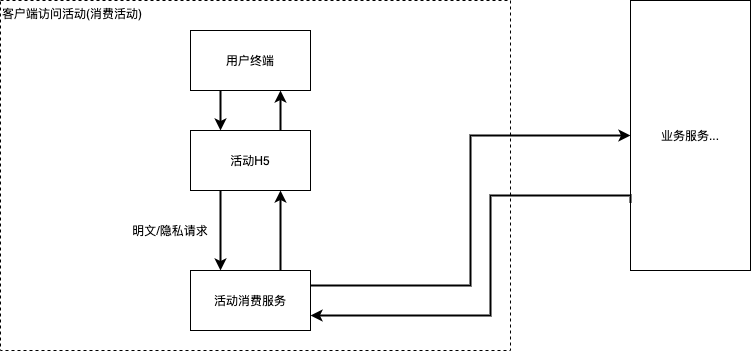
Earlier version of the draw.io export content/2021-06-12-活动组件化/overall.png (santiagochen/santiagochen.github.io). Source tidied: cells renumbered, new cells last; positions are measured from the earlier drawing's top-left corner, leaving out a move shared by most shapes. The source it was exported from:
```xml
<mxGraphModel>
  <root>
    <mxCell id="0" />
    <mxCell id="1" parent="0" />
    <mxCell id="2" value="客户端访问活动(消费活动)" style="rounded=0;whiteSpace=wrap;html=1;align=left;verticalAlign=top;fillColor=none;dashed=1;" parent="1" vertex="1">
      <mxGeometry width="510" height="350" as="geometry" />
    </mxCell>
    <mxCell id="3" style="edgeStyle=orthogonalEdgeStyle;rounded=0;jettySize=auto;html=1;strokeColor=#000000;strokeWidth=2;exitX=0.25;exitY=1;exitDx=0;exitDy=0;entryX=0.25;entryY=0;entryDx=0;entryDy=0;" parent="1" edge="1" source="4" target="7">
      <mxGeometry relative="1" as="geometry" />
    </mxCell>
    <mxCell id="4" value="用户终端" style="rounded=0;whiteSpace=wrap;html=1;fillColor=none;verticalAlign=middle;" parent="1" vertex="1">
      <mxGeometry x="190" y="30" width="120" height="60" as="geometry" />
    </mxCell>
    <mxCell id="5" style="edgeStyle=orthogonalEdgeStyle;rounded=0;jettySize=auto;html=1;strokeColor=#000000;strokeWidth=2;entryX=0.25;entryY=0;entryDx=0;entryDy=0;exitX=0.25;exitY=1;exitDx=0;exitDy=0;" parent="1" edge="1" source="7" target="10">
      <mxGeometry relative="1" as="geometry" />
    </mxCell>
    <mxCell id="6" style="edgeStyle=orthogonalEdgeStyle;rounded=0;jettySize=auto;html=1;exitX=0.75;exitY=0;exitDx=0;exitDy=0;entryX=0.75;entryY=1;entryDx=0;entryDy=0;strokeColor=#000000;strokeWidth=2;" parent="1" edge="1" source="7" target="4">
      <mxGeometry relative="1" as="geometry" />
    </mxCell>
    <mxCell id="7" value="活动H5" style="rounded=0;whiteSpace=wrap;html=1;fillColor=none;verticalAlign=middle;" parent="1" vertex="1">
      <mxGeometry x="190" y="130" width="120" height="60" as="geometry" />
    </mxCell>
    <mxCell id="8" style="edgeStyle=orthogonalEdgeStyle;rounded=0;jettySize=auto;html=1;exitX=1;exitY=0.25;exitDx=0;exitDy=0;entryX=0;entryY=0.5;entryDx=0;entryDy=0;strokeColor=#000000;strokeWidth=2;" parent="1" edge="1" source="10" target="12">
      <mxGeometry relative="1" as="geometry" />
    </mxCell>
    <mxCell id="9" style="edgeStyle=orthogonalEdgeStyle;rounded=0;jettySize=auto;html=1;exitX=0.75;exitY=0;exitDx=0;exitDy=0;entryX=0.75;entryY=1;entryDx=0;entryDy=0;strokeColor=#000000;strokeWidth=2;" parent="1" edge="1" source="10" target="7">
      <mxGeometry relative="1" as="geometry" />
    </mxCell>
    <mxCell id="10" value="活动消费服务" style="rounded=0;whiteSpace=wrap;html=1;fillColor=none;verticalAlign=middle;" parent="1" vertex="1">
      <mxGeometry x="190" y="270" width="120" height="60" as="geometry" />
    </mxCell>
    <mxCell id="11" style="edgeStyle=orthogonalEdgeStyle;rounded=0;jettySize=auto;html=1;exitX=0;exitY=0.75;exitDx=0;exitDy=0;entryX=1;entryY=0.75;entryDx=0;entryDy=0;strokeColor=#000000;strokeWidth=2;" parent="1" edge="1" source="12" target="10">
      <mxGeometry relative="1" as="geometry">
        <Array as="points">
          <mxPoint x="490" y="195" />
          <mxPoint x="490" y="315" />
        </Array>
      </mxGeometry>
    </mxCell>
    <mxCell id="12" value="业务服务..." style="rounded=0;whiteSpace=wrap;html=1;fillColor=none;verticalAlign=middle;" parent="1" vertex="1">
      <mxGeometry x="630" width="120" height="270" as="geometry" />
    </mxCell>
    <mxCell id="13" value="明文/隐私请求" style="text;html=1;strokeColor=none;fillColor=none;align=center;verticalAlign=middle;whiteSpace=wrap;rounded=0;dashed=1;" parent="1" vertex="1">
      <mxGeometry x="130" y="220" width="80" height="20" as="geometry" />
    </mxCell>
  </root>
</mxGraphModel>
```
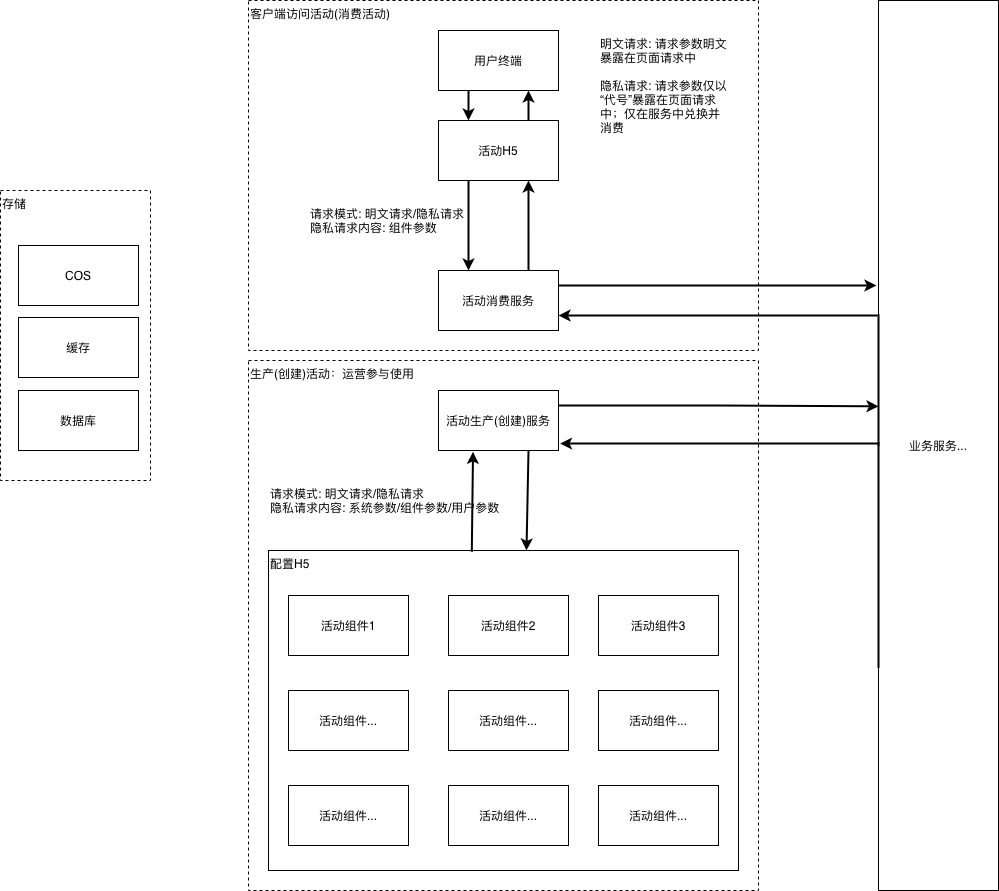
Later version of the same file.

Change to the diagram source:
```diff
@@ -2,6 +2,12 @@
   <root>
     <mxCell id="0" />
     <mxCell id="1" parent="0" />
+    <mxCell id="14" value="生产(创建)活动：运营参与使用" style="rounded=0;whiteSpace=wrap;html=1;align=left;verticalAlign=top;fillColor=none;dashed=1;" parent="1" vertex="1">
+      <mxGeometry y="360" width="510" height="530" as="geometry" />
+    </mxCell>
+    <mxCell id="15" value="配置H5" style="rounded=0;whiteSpace=wrap;html=1;fillColor=none;verticalAlign=top;align=left;" parent="1" vertex="1">
+      <mxGeometry x="20" y="550" width="470" height="320" as="geometry" />
+    </mxCell>
     <mxCell id="2" value="客户端访问活动(消费活动)" style="rounded=0;whiteSpace=wrap;html=1;align=left;verticalAlign=top;fillColor=none;dashed=1;" parent="1" vertex="1">
       <mxGeometry width="510" height="350" as="geometry" />
     </mxCell>
@@ -18,10 +24,12 @@
       <mxGeometry relative="1" as="geometry" />
     </mxCell>
     <mxCell id="7" value="活动H5" style="rounded=0;whiteSpace=wrap;html=1;fillColor=none;verticalAlign=middle;" parent="1" vertex="1">
-      <mxGeometry x="190" y="130" width="120" height="60" as="geometry" />
+      <mxGeometry x="190" y="120" width="120" height="60" as="geometry" />
     </mxCell>
-    <mxCell id="8" style="edgeStyle=orthogonalEdgeStyle;rounded=0;jettySize=auto;html=1;exitX=1;exitY=0.25;exitDx=0;exitDy=0;entryX=0;entryY=0.5;entryDx=0;entryDy=0;strokeColor=#000000;strokeWidth=2;" parent="1" edge="1" source="10" target="12">
-      <mxGeometry relative="1" as="geometry" />
+    <mxCell id="8" style="edgeStyle=orthogonalEdgeStyle;rounded=0;jettySize=auto;html=1;exitX=1;exitY=0.25;exitDx=0;exitDy=0;strokeColor=#000000;strokeWidth=2;" parent="1" edge="1" source="10">
+      <mxGeometry relative="1" as="geometry">
+        <mxPoint x="628" y="285" as="targetPoint" />
+      </mxGeometry>
     </mxCell>
     <mxCell id="9" style="edgeStyle=orthogonalEdgeStyle;rounded=0;jettySize=auto;html=1;exitX=0.75;exitY=0;exitDx=0;exitDy=0;entryX=0.75;entryY=1;entryDx=0;entryDy=0;strokeColor=#000000;strokeWidth=2;" parent="1" edge="1" source="10" target="7">
       <mxGeometry relative="1" as="geometry" />
@@ -32,16 +40,84 @@
     <mxCell id="11" style="edgeStyle=orthogonalEdgeStyle;rounded=0;jettySize=auto;html=1;exitX=0;exitY=0.75;exitDx=0;exitDy=0;entryX=1;entryY=0.75;entryDx=0;entryDy=0;strokeColor=#000000;strokeWidth=2;" parent="1" edge="1" source="12" target="10">
       <mxGeometry relative="1" as="geometry">
         <Array as="points">
-          <mxPoint x="490" y="195" />
-          <mxPoint x="490" y="315" />
+          <mxPoint x="630" y="315" />
         </Array>
       </mxGeometry>
     </mxCell>
+    <mxCell id="16" style="edgeStyle=orthogonalEdgeStyle;rounded=0;jettySize=auto;html=1;exitX=0;exitY=0.5;exitDx=0;exitDy=0;entryX=1.013;entryY=0.884;entryDx=0;entryDy=0;entryPerimeter=0;strokeColor=#000000;strokeWidth=2;" parent="1" edge="1" source="12" target="22">
+      <mxGeometry relative="1" as="geometry">
+        <Array as="points">
+          <mxPoint x="630" y="443" />
+        </Array>
+      </mxGeometry>
+    </mxCell>
     <mxCell id="12" value="业务服务..." style="rounded=0;whiteSpace=wrap;html=1;fillColor=none;verticalAlign=middle;" parent="1" vertex="1">
-      <mxGeometry x="630" width="120" height="270" as="geometry" />
+      <mxGeometry x="630" width="120" height="890" as="geometry" />
     </mxCell>
-    <mxCell id="13" value="明文/隐私请求" style="text;html=1;strokeColor=none;fillColor=none;align=center;verticalAlign=middle;whiteSpace=wrap;rounded=0;dashed=1;" parent="1" vertex="1">
-      <mxGeometry x="130" y="220" width="80" height="20" as="geometry" />
+    <mxCell id="13" value="明文请求: 请求参数明文暴露在页面请求中&lt;br&gt;&lt;br&gt;隐私请求: 请求参数仅以“代号”暴露在页面请求中；仅在服务中兑换并消费" style="text;html=1;strokeColor=none;fillColor=none;align=left;verticalAlign=top;whiteSpace=wrap;rounded=0;dashed=1;" parent="1" vertex="1">
+      <mxGeometry x="350" y="30" width="130" height="125" as="geometry" />
     </mxCell>
+    <mxCell id="17" value="缓存" style="rounded=0;whiteSpace=wrap;html=1;fillColor=none;verticalAlign=middle;" parent="1" vertex="1">
+      <mxGeometry x="-230" y="317" width="120" height="60" as="geometry" />
+    </mxCell>
+    <mxCell id="18" value="数据库" style="rounded=0;whiteSpace=wrap;html=1;fillColor=none;verticalAlign=middle;" parent="1" vertex="1">
+      <mxGeometry x="-230" y="390" width="120" height="60" as="geometry" />
+    </mxCell>
+    <mxCell id="19" value="COS" style="rounded=0;whiteSpace=wrap;html=1;fillColor=none;verticalAlign=middle;" parent="1" vertex="1">
+      <mxGeometry x="-230" y="245" width="120" height="60" as="geometry" />
+    </mxCell>
+    <mxCell id="20" value="存储" style="rounded=0;whiteSpace=wrap;html=1;align=left;verticalAlign=top;fillColor=none;dashed=1;" parent="1" vertex="1">
+      <mxGeometry x="-248" y="190" width="150" height="290" as="geometry" />
+    </mxCell>
+    <mxCell id="21" style="edgeStyle=orthogonalEdgeStyle;rounded=0;jettySize=auto;html=1;exitX=1;exitY=0.25;exitDx=0;exitDy=0;entryX=0;entryY=0.456;entryDx=0;entryDy=0;entryPerimeter=0;strokeColor=#000000;strokeWidth=2;" parent="1" edge="1" source="22" target="12">
+      <mxGeometry relative="1" as="geometry" />
+    </mxCell>
+    <mxCell id="22" value="活动生产(创建)服务" style="rounded=0;whiteSpace=wrap;html=1;fillColor=none;verticalAlign=middle;" parent="1" vertex="1">
+      <mxGeometry x="190" y="390" width="120" height="60" as="geometry" />
+    </mxCell>
+    <mxCell id="23" value="活动组件1" style="rounded=0;whiteSpace=wrap;html=1;fillColor=none;verticalAlign=middle;" parent="1" vertex="1">
+      <mxGeometry x="40" y="595" width="120" height="60" as="geometry" />
+    </mxCell>
+    <mxCell id="24" value="活动组件2" style="rounded=0;whiteSpace=wrap;html=1;fillColor=none;verticalAlign=middle;" parent="1" vertex="1">
+      <mxGeometry x="200" y="595" width="120" height="60" as="geometry" />
+    </mxCell>
+    <mxCell id="25" value="活动组件3" style="rounded=0;whiteSpace=wrap;html=1;fillColor=none;verticalAlign=middle;" parent="1" vertex="1">
+      <mxGeometry x="350" y="595" width="120" height="60" as="geometry" />
+    </mxCell>
+    <mxCell id="26" value="活动组件..." style="rounded=0;whiteSpace=wrap;html=1;fillColor=none;verticalAlign=middle;" parent="1" vertex="1">
+      <mxGeometry x="40" y="690" width="120" height="60" as="geometry" />
+    </mxCell>
+    <mxCell id="27" value="活动组件..." style="rounded=0;whiteSpace=wrap;html=1;fillColor=none;verticalAlign=middle;" parent="1" vertex="1">
+      <mxGeometry x="200" y="690" width="120" height="60" as="geometry" />
+    </mxCell>
+    <mxCell id="28" value="活动组件..." style="rounded=0;whiteSpace=wrap;html=1;fillColor=none;verticalAlign=middle;" parent="1" vertex="1">
+      <mxGeometry x="350" y="690" width="120" height="60" as="geometry" />
+    </mxCell>
+    <mxCell id="29" value="活动组件..." style="rounded=0;whiteSpace=wrap;html=1;fillColor=none;verticalAlign=middle;" parent="1" vertex="1">
+      <mxGeometry x="40" y="785" width="120" height="60" as="geometry" />
+    </mxCell>
+    <mxCell id="30" value="活动组件..." style="rounded=0;whiteSpace=wrap;html=1;fillColor=none;verticalAlign=middle;" parent="1" vertex="1">
+      <mxGeometry x="200" y="785" width="120" height="60" as="geometry" />
+    </mxCell>
+    <mxCell id="31" value="活动组件..." style="rounded=0;whiteSpace=wrap;html=1;fillColor=none;verticalAlign=middle;" parent="1" vertex="1">
+      <mxGeometry x="350" y="785" width="120" height="60" as="geometry" />
+    </mxCell>
+    <mxCell id="32" style="endArrow=classic;html=1;strokeColor=#000000;strokeWidth=2;exitX=0.39;exitY=0.004;exitDx=0;exitDy=0;exitPerimeter=0;entryX=0.121;entryY=1.022;entryDx=0;entryDy=0;entryPerimeter=0;" parent="1" edge="1">
+      <mxGeometry relative="1" as="geometry">
+        <mxPoint x="223.3" y="551.3" as="sourcePoint" />
+        <mxPoint x="224.5" y="451.3" as="targetPoint" />
+      </mxGeometry>
+    </mxCell>
+    <mxCell id="33" style="endArrow=classic;html=1;strokeColor=#000000;strokeWidth=2;exitX=0.75;exitY=1;exitDx=0;exitDy=0;" parent="1" edge="1" source="22">
+      <mxGeometry relative="1" as="geometry">
+        <mxPoint x="278" y="550" as="targetPoint" />
+      </mxGeometry>
+    </mxCell>
+    <mxCell id="34" value="&lt;div&gt;&lt;span&gt;请求模式: 明文请求/&lt;/span&gt;&lt;span&gt;隐私请求&lt;/span&gt;&lt;/div&gt;&lt;div&gt;隐私请求内容: 系统参数/组件参数/用户参数&lt;/div&gt;" style="text;html=1;strokeColor=none;fillColor=none;align=left;verticalAlign=top;whiteSpace=wrap;rounded=0;dashed=1;" parent="1" vertex="1">
+      <mxGeometry x="20" y="480" width="250" height="50" as="geometry" />
+    </mxCell>
+    <mxCell id="35" value="&lt;div&gt;&lt;span&gt;请求模式: 明文请求/&lt;/span&gt;&lt;span&gt;隐私请求&lt;/span&gt;&lt;/div&gt;&lt;div&gt;隐私请求内容: 组件参数&lt;/div&gt;" style="text;html=1;strokeColor=none;fillColor=none;align=left;verticalAlign=top;whiteSpace=wrap;rounded=0;dashed=1;" parent="1" vertex="1">
+      <mxGeometry x="60" y="200" width="160" height="50" as="geometry" />
+    </mxCell>
   </root>
 </mxGraphModel>
```
